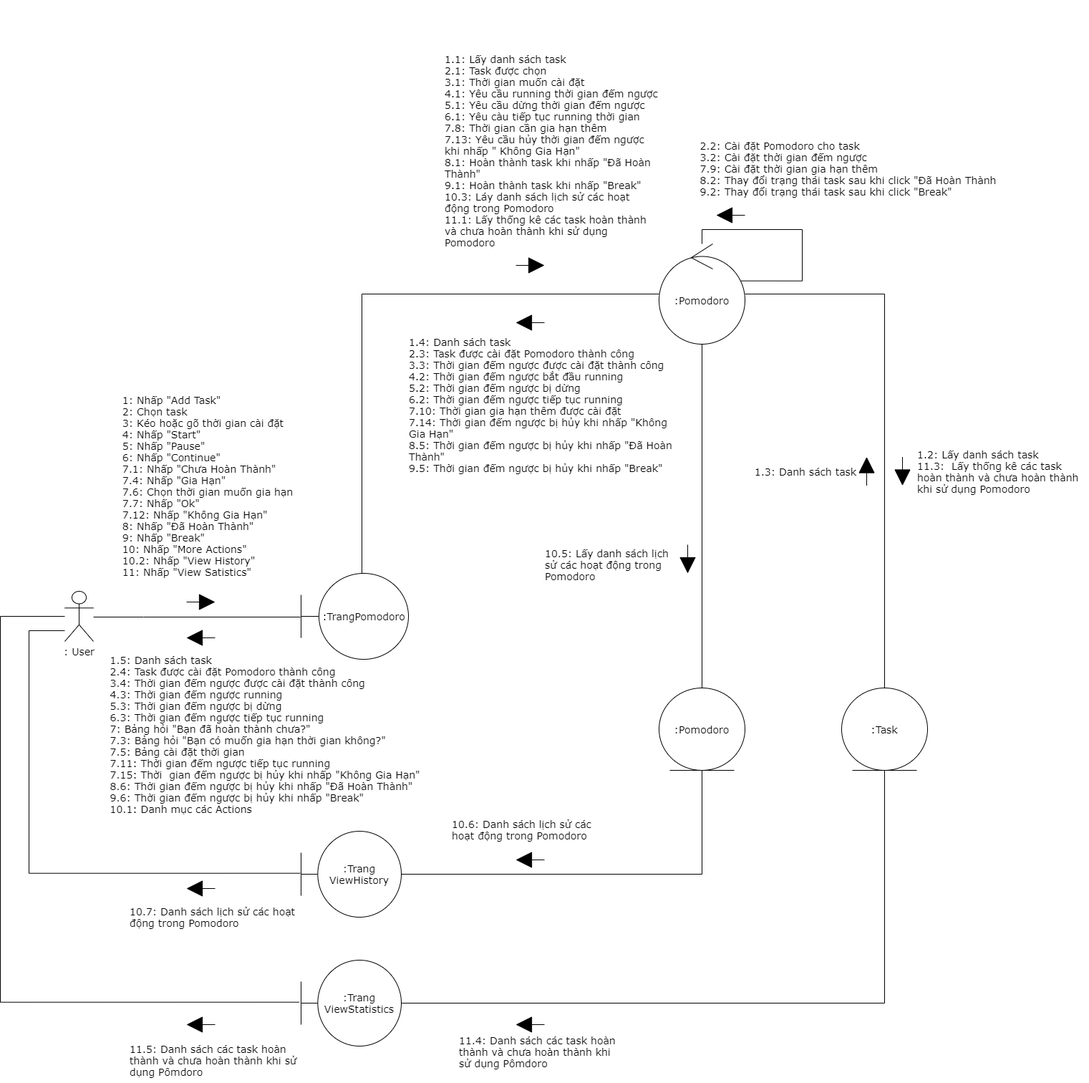
Before: ToDoApp-Doc/Document/Diagram/Collaboration Diagram/Pomodoro/Pomodoro_CollaborationDiagram.png, a diagram exported from draw.io (Merevoli-DatLuu/To-Do-App). Source tidied: cells renumbered, new cells last; positions are measured from the earlier drawing's top-left corner, leaving out a move shared by most shapes.
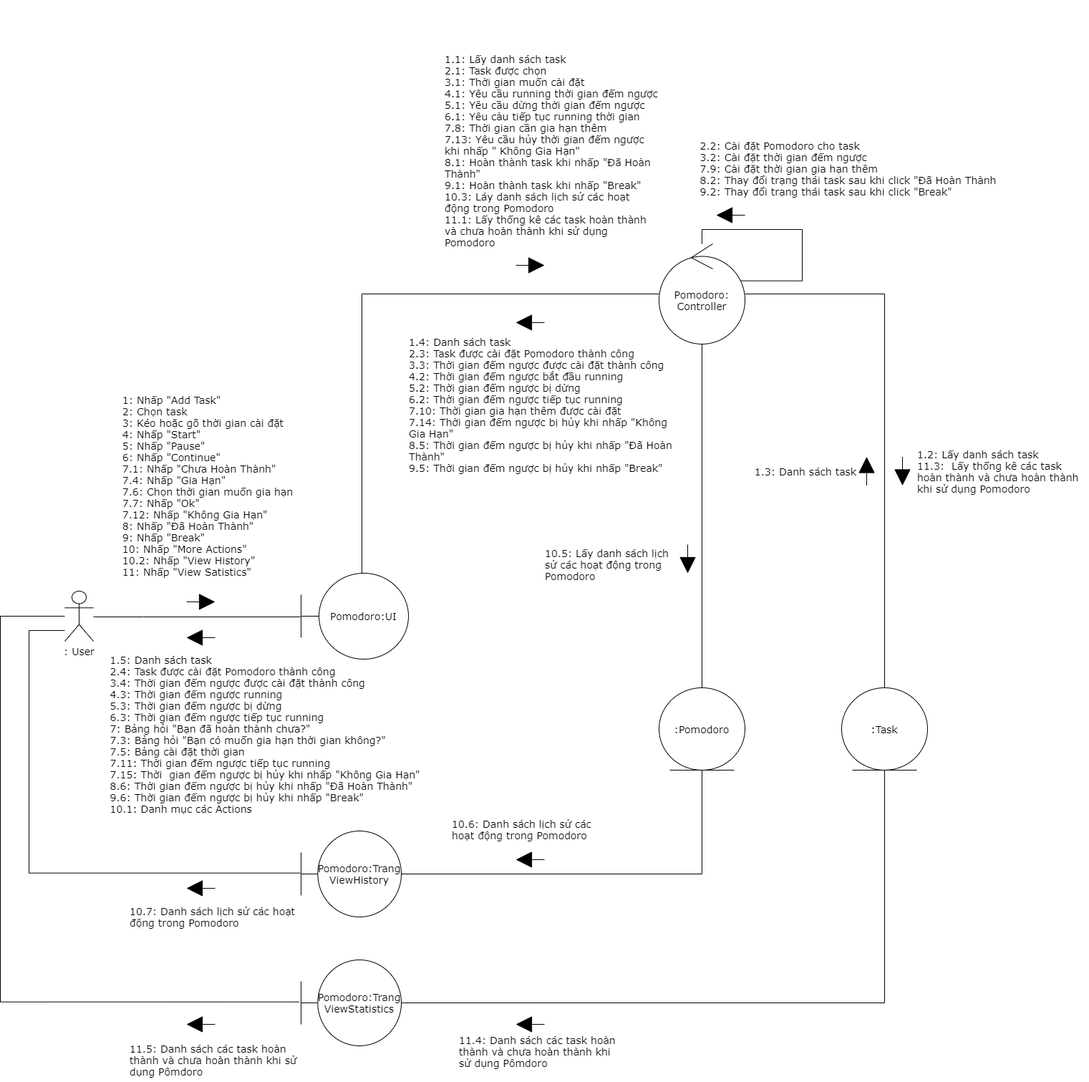
After the commit.

The edit, as a diff of the source:
```diff
@@ -10,7 +10,7 @@
         </Array>
       </mxGeometry>
     </mxCell>
-    <mxCell id="3" value="&lt;span style=&quot;font-size: 14px&quot;&gt;:TrangPomodoro&lt;/span&gt;" style="shape=umlBoundary;whiteSpace=wrap;html=1;fontSize=14;fontFamily=Verdana;" parent="1" vertex="1">
+    <mxCell id="3" value="Pomodoro:UI" style="shape=umlBoundary;whiteSpace=wrap;html=1;fontSize=14;fontFamily=Verdana;" parent="1" vertex="1">
       <mxGeometry x="420" y="800" width="150" height="120" as="geometry" />
     </mxCell>
     <mxCell id="4" style="edgeStyle=orthogonalEdgeStyle;rounded=0;jettySize=auto;html=1;endArrow=none;endFill=0;fontSize=14;fontFamily=Verdana;" parent="1" edge="1" source="7">
@@ -58,7 +58,7 @@
         </Array>
       </mxGeometry>
     </mxCell>
-    <mxCell id="11" value=":Pomodoro" style="ellipse;shape=umlControl;whiteSpace=wrap;html=1;fontSize=14;fontFamily=Verdana;" parent="1" vertex="1">
+    <mxCell id="11" value="Pomodoro:&lt;br&gt;Controller" style="ellipse;shape=umlControl;whiteSpace=wrap;html=1;fontSize=14;fontFamily=Verdana;" parent="1" vertex="1">
       <mxGeometry x="920" y="340" width="120" height="140" as="geometry" />
     </mxCell>
     <mxCell id="12" style="edgeStyle=orthogonalEdgeStyle;rounded=0;jettySize=auto;html=1;endArrow=none;endFill=0;fontSize=14;fontFamily=Verdana;exitX=0.5;exitY=1;exitDx=0;exitDy=0;" parent="1" edge="1" source="13" target="20">
@@ -105,10 +105,10 @@
         <mxPoint x="260" y="890" as="targetPoint" />
       </mxGeometry>
     </mxCell>
-    <mxCell id="19" value="&lt;span style=&quot;font-size: 14px&quot;&gt;:Trang&lt;br&gt;ViewHistory&lt;/span&gt;" style="shape=umlBoundary;whiteSpace=wrap;html=1;fontSize=14;fontFamily=Verdana;" parent="1" vertex="1">
+    <mxCell id="19" value="&lt;span style=&quot;font-size: 14px&quot;&gt;Pomodoro:Trang&lt;br&gt;ViewHistory&lt;/span&gt;" style="shape=umlBoundary;whiteSpace=wrap;html=1;fontSize=14;fontFamily=Verdana;" parent="1" vertex="1">
       <mxGeometry x="420" y="1160" width="140" height="120" as="geometry" />
     </mxCell>
-    <mxCell id="20" value="&lt;span style=&quot;font-size: 14px&quot;&gt;:Trang&lt;br&gt;ViewStatistics&lt;br&gt;&lt;/span&gt;" style="shape=umlBoundary;whiteSpace=wrap;html=1;fontSize=14;fontFamily=Verdana;" parent="1" vertex="1">
+    <mxCell id="20" value="&lt;span style=&quot;font-size: 14px&quot;&gt;Pomodoro:Trang&lt;br&gt;ViewStatistics&lt;br&gt;&lt;/span&gt;" style="shape=umlBoundary;whiteSpace=wrap;html=1;fontSize=14;fontFamily=Verdana;" parent="1" vertex="1">
       <mxGeometry x="420" y="1340" width="140" height="120" as="geometry" />
     </mxCell>
     <mxCell id="21" style="endArrow=block;html=1;fontSize=14;endFill=1;strokeWidth=1;endSize=20;startSize=3;fontFamily=Verdana;" parent="1" edge="1">
```
